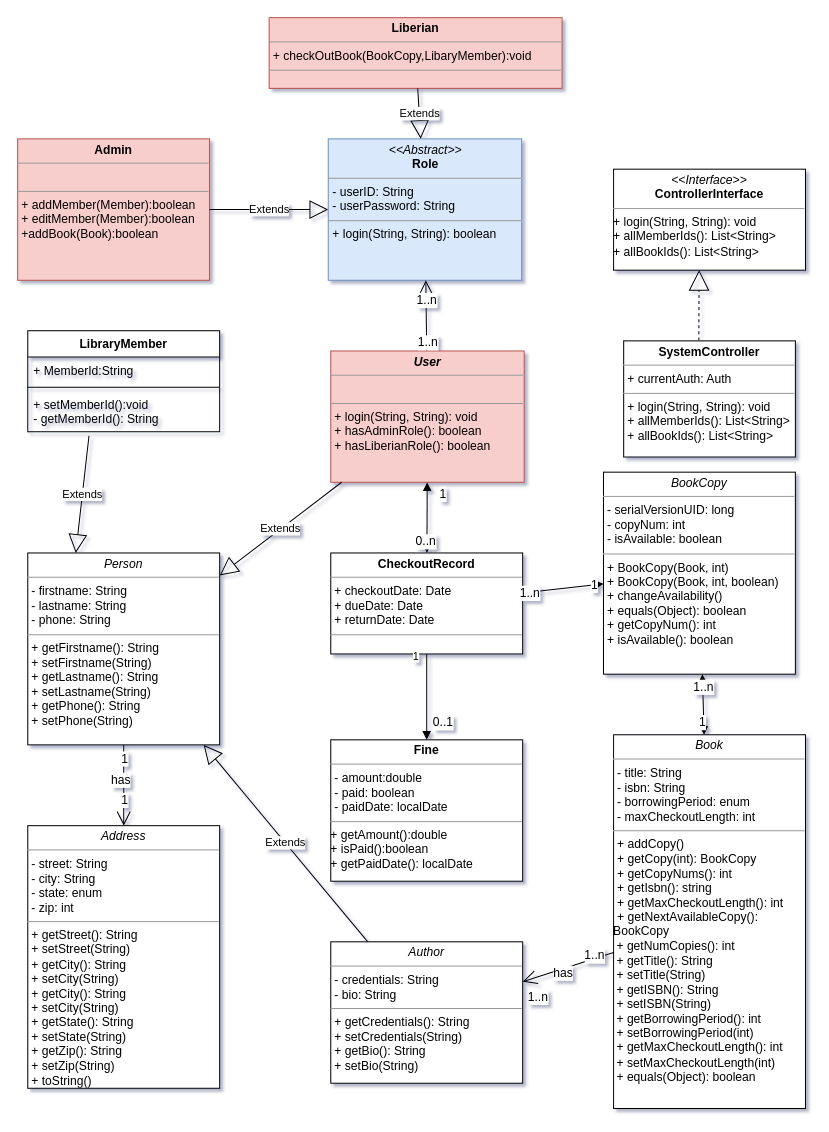
Before: Untitled Diagram.drawio in megaunknown/UML, a draw.io diagram. Source tidied: cells renumbered, new cells numbered last; positions are measured from the earlier drawing's top-left corner, leaving out a move shared by most shapes. Both pictures are drawn from the tidied source at 101%, with x=0, y=0 at pixel (17, 17).
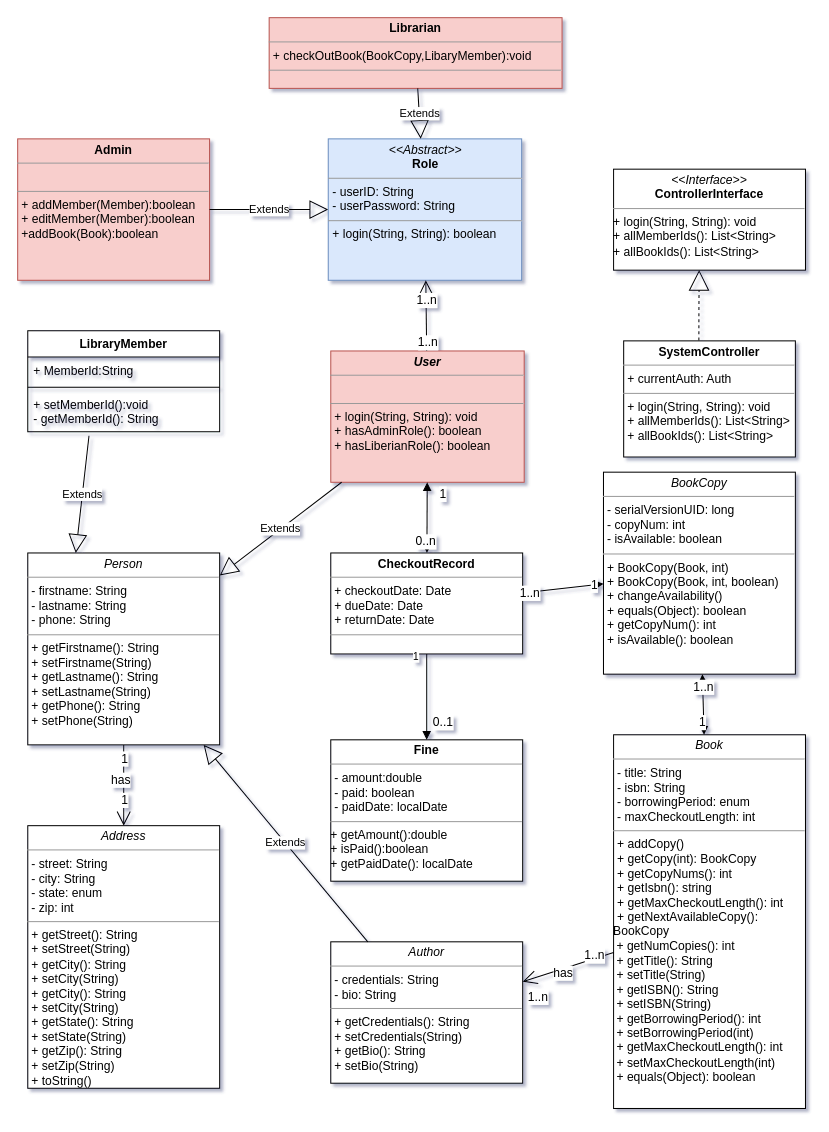
The same page after the edit.

Commit message:
Correct words

The edit, as a diff of the source:
```diff
@@
-    <mxCell id="6" value="&lt;p style=&quot;margin: 0px ; margin-top: 4px ; text-align: center&quot;&gt;&lt;b&gt;Liberian&lt;/b&gt;&lt;/p&gt;&lt;hr size=&quot;1&quot;&gt;&lt;p style=&quot;margin: 0px ; margin-left: 4px&quot;&gt;+ checkOutBook(BookCopy,LibaryMember):void&lt;br&gt;&lt;/p&gt;&lt;hr size=&quot;1&quot;&gt;&lt;p style=&quot;margin: 0px ; margin-left: 4px&quot;&gt;&lt;br&gt;&lt;/p&gt;" style="verticalAlign=top;align=left;overflow=fill;fontSize=12;fontFamily=Helvetica;html=1;rounded=0;shadow=0;comic=0;labelBackgroundColor=none;strokeWidth=1;fillColor=#f8cecc;strokeColor=#b85450;" parent="1" vertex="1">
+    <mxCell id="6" value="&lt;p style=&quot;margin: 0px ; margin-top: 4px ; text-align: center&quot;&gt;&lt;b&gt;Librarian&lt;/b&gt;&lt;/p&gt;&lt;hr size=&quot;1&quot;&gt;&lt;p style=&quot;margin: 0px ; margin-left: 4px&quot;&gt;+ checkOutBook(BookCopy,LibaryMember):void&lt;br&gt;&lt;/p&gt;&lt;hr size=&quot;1&quot;&gt;&lt;p style=&quot;margin: 0px ; margin-left: 4px&quot;&gt;&lt;br&gt;&lt;/p&gt;" style="verticalAlign=top;align=left;overflow=fill;fontSize=12;fontFamily=Helvetica;html=1;rounded=0;shadow=0;comic=0;labelBackgroundColor=none;strokeWidth=1;fillColor=#f8cecc;strokeColor=#b85450;" parent="1" vertex="1">
       <mxGeometry x="249" width="290" height="70" as="geometry" />
     </mxCell>
```
